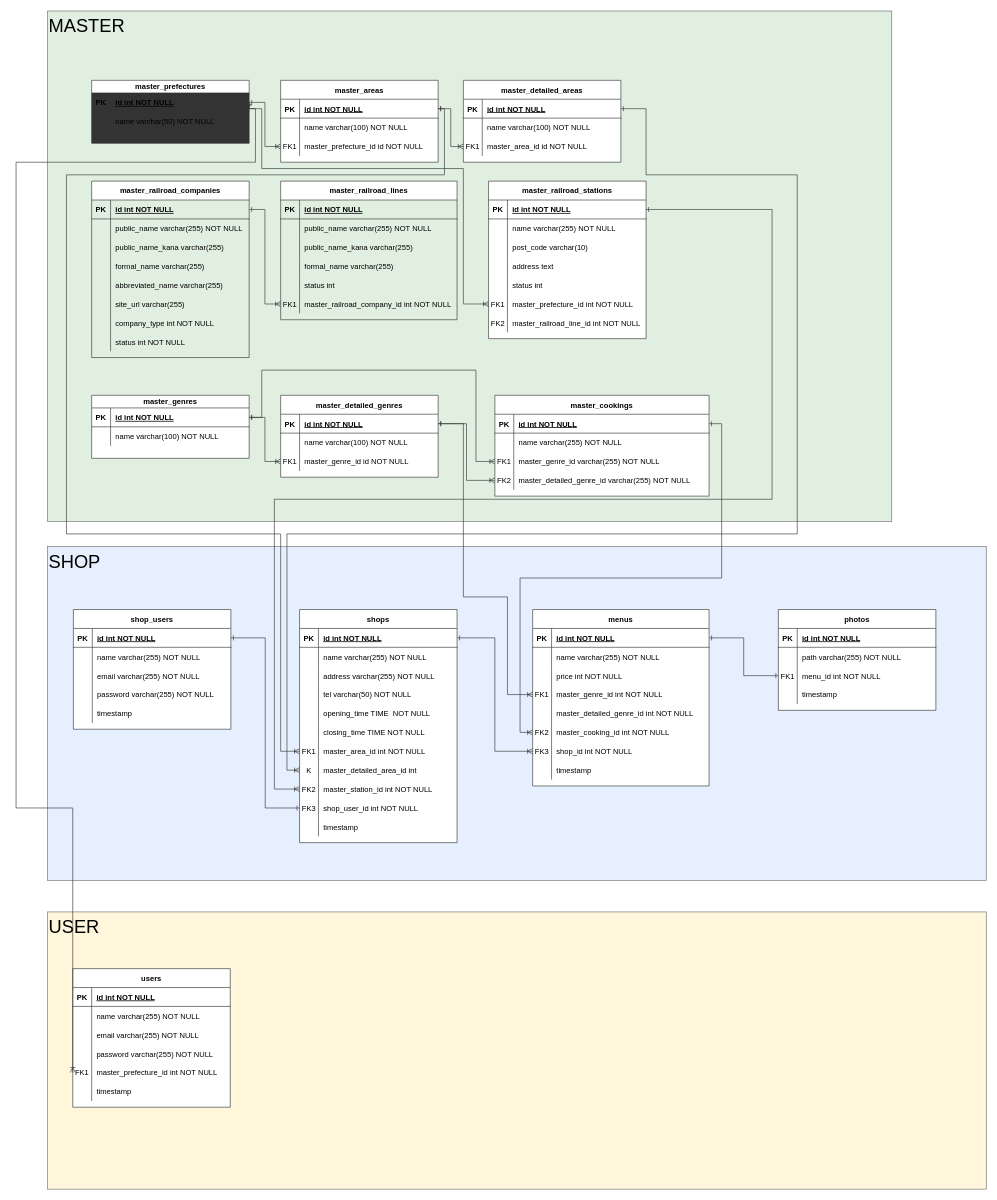
Before: tiffin/tiffin.drawio in kunrenyouAcount/Tiffin_ver.3, a draw.io diagram. Source tidied: cells renumbered, new cells numbered last; positions are measured from the earlier drawing's top-left corner, leaving out a move shared by most shapes. Both pictures are drawn from the tidied source at 63%, with x=0, y=0 at pixel (16, 11).
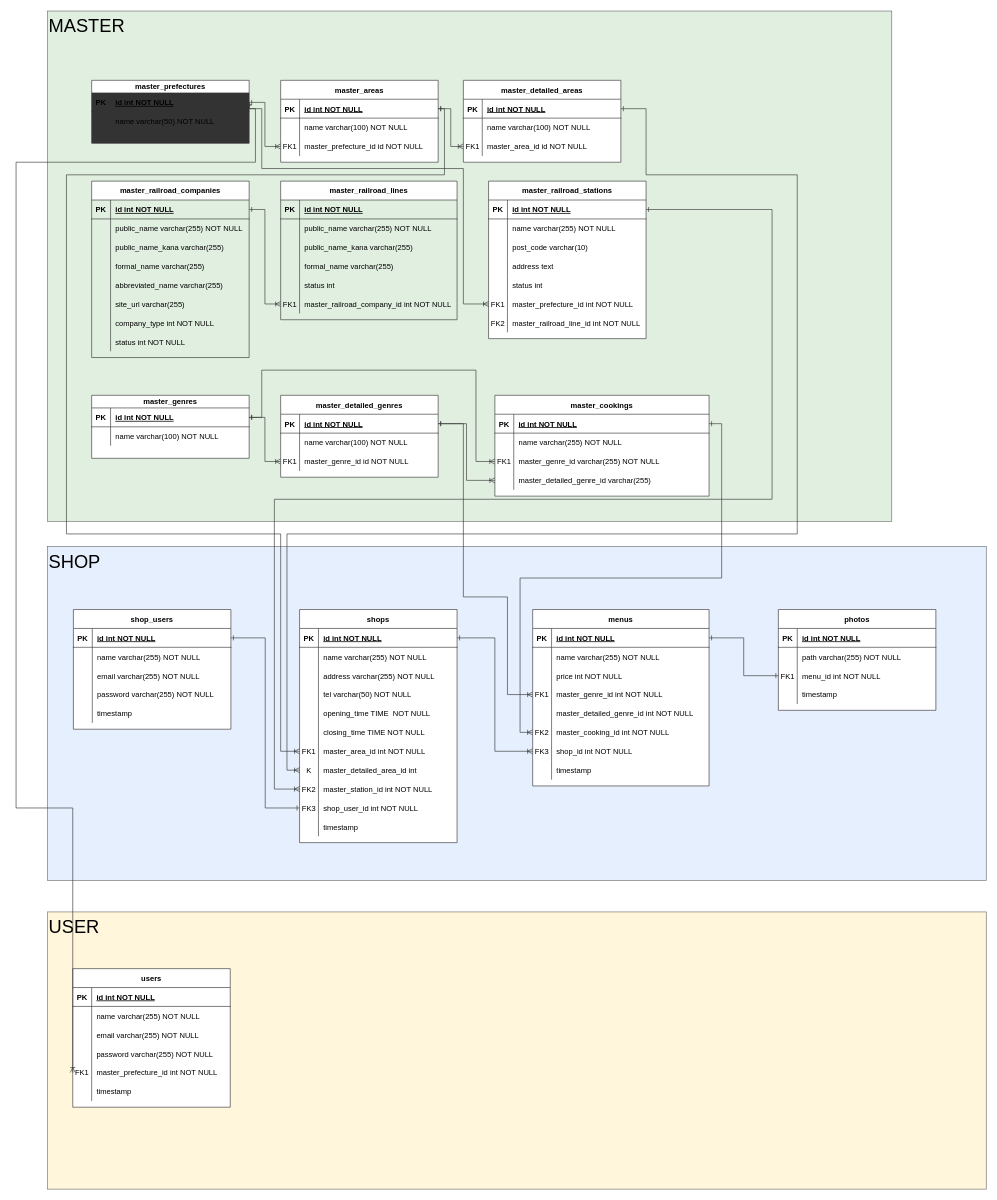
The same page after the edit.

Unchanged cells that the change refers to:
```xml
<mxCell id="62" style="shape=partialRectangle;fillColor=none;points=[[0,0.5],[1,0.5]];portConstraint=eastwest;top=0;left=0;right=0;bottom=0;strokeColor=#333333;" parent="52" vertex="1">
  <mxGeometry y="120" width="340" height="30" as="geometry" />
</mxCell>
```

Diff of the diagram source:
```diff
@@
-    <mxCell id="63" value="FK2" style="shape=partialRectangle;overflow=hidden;fillColor=none;top=0;left=0;bottom=0;right=0;strokeColor=#333333;" parent="62" vertex="1">
+    <mxCell id="63" style="shape=partialRectangle;overflow=hidden;fillColor=none;top=0;left=0;bottom=0;right=0;strokeColor=#333333;" parent="62" vertex="1">
       <mxGeometry width="30" height="30" as="geometry" />
     </mxCell>
-    <mxCell id="64" value="master_detailed_genre_id varchar(255) NOT NULL" style="shape=partialRectangle;overflow=hidden;fillColor=none;top=0;left=0;bottom=0;right=0;align=left;spacingLeft=6;strokeColor=#333333;" parent="62" vertex="1">
+    <mxCell id="64" value="master_detailed_genre_id varchar(255)" style="shape=partialRectangle;overflow=hidden;fillColor=none;top=0;left=0;bottom=0;right=0;align=left;spacingLeft=6;strokeColor=#333333;" parent="62" vertex="1">
       <mxGeometry x="30" width="310" height="30" as="geometry" />
     </mxCell>
```
